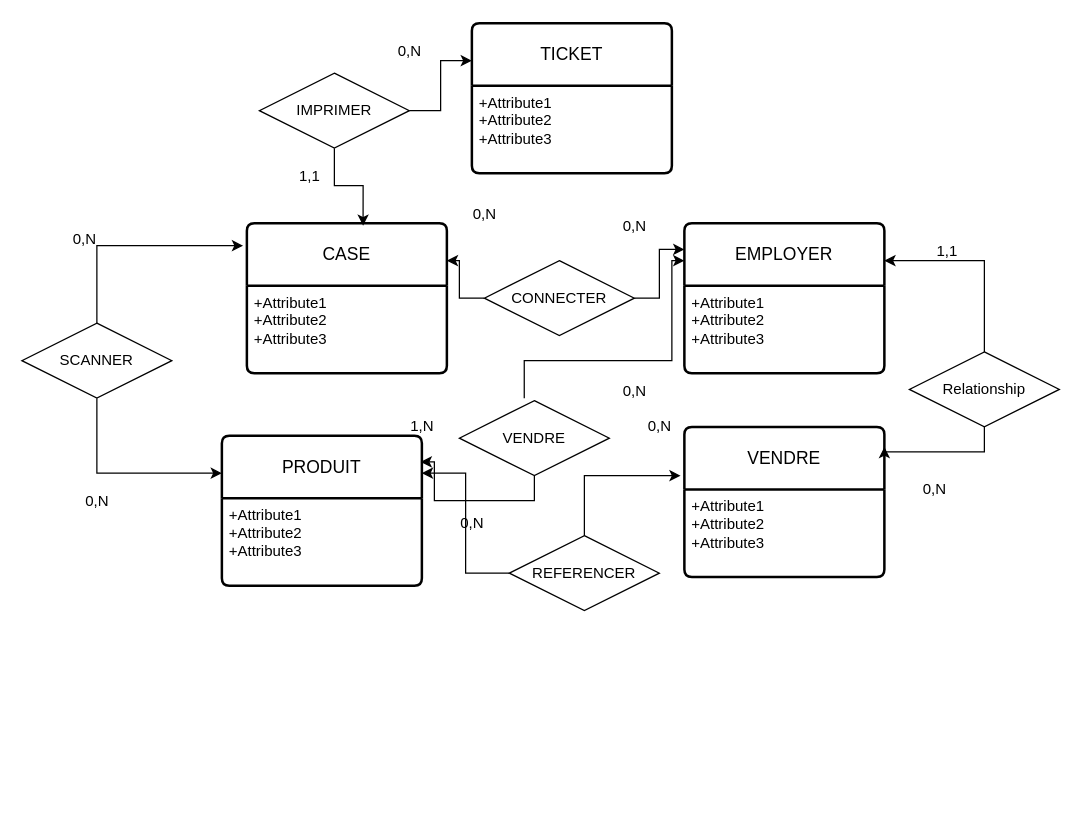
Above: page "Page-2" (2 of 3) of Diagramme sans nom 6.drawio in vsilvanska/examen-info-2023 (draw.io), before the change. Source tidied: cells renumbered, new cells numbered last; positions are measured from the earlier drawing's top-left corner, leaving out a move shared by most shapes. Both pictures are drawn from the tidied source at 125%, with x=0, y=0 at pixel (21, 22).
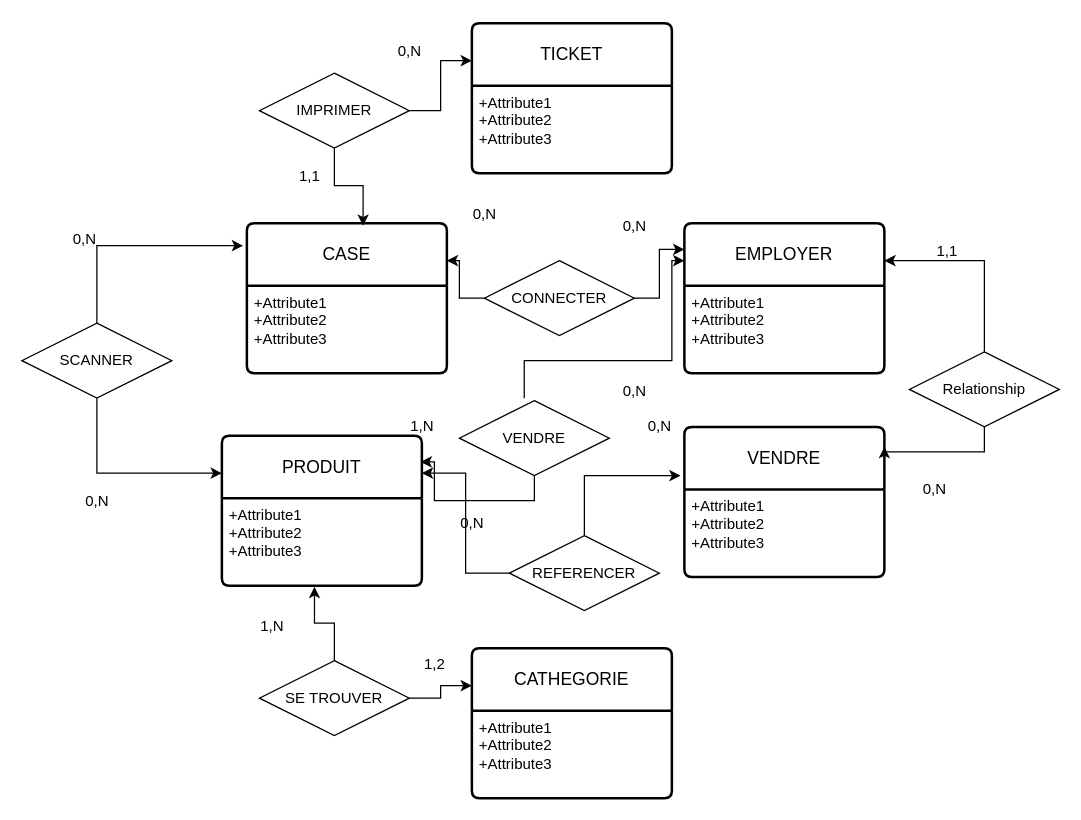
Above is the later version.

Commit message:
Mettre à jour Diagramme sans nom 6.drawio

Unchanged cells that the change refers to:
```xml
<mxCell id="12" value="+Attribute1&#10;+Attribute2&#10;+Attribute3" style="align=left;strokeColor=none;fillColor=none;spacingLeft=4;fontSize=12;verticalAlign=top;html=1;" parent="11" vertex="1">
  <mxGeometry y="50" width="160" height="70" as="geometry" />
</mxCell>
```

What changed in the source:
```diff
@@
+    <mxCell id="42" value="CATHEGORIE" style="swimlane;horizontal=1;startSize=50;rounded=1;fontSize=14;fontStyle=0;strokeWidth=2;shadow=0;dashed=0;align=center;arcSize=4;whiteSpace=wrap;html=1;" parent="1" vertex="1">
+      <mxGeometry x="360" y="500" width="160" height="120" as="geometry" />
+    </mxCell>
+    <mxCell id="43" value="+Attribute1&#10;+Attribute2&#10;+Attribute3" style="align=left;strokeColor=none;fillColor=none;spacingLeft=4;fontSize=12;verticalAlign=top;html=1;" parent="42" vertex="1">
+      <mxGeometry y="50" width="160" height="70" as="geometry" />
+    </mxCell>
+    <mxCell id="44" value="SE TROUVER" style="shape=rhombus;perimeter=rhombusPerimeter;whiteSpace=wrap;html=1;align=center;" parent="1" vertex="1">
+      <mxGeometry x="190" y="510" width="120" height="60" as="geometry" />
+    </mxCell>
+    <mxCell id="45" style="edgeStyle=orthogonalEdgeStyle;rounded=0;jettySize=auto;html=1;entryX=0.463;entryY=1.014;entryDx=0;entryDy=0;entryPerimeter=0;" parent="1" edge="1" source="44" target="12">
+      <mxGeometry relative="1" as="geometry" />
+    </mxCell>
+    <mxCell id="46" style="edgeStyle=orthogonalEdgeStyle;rounded=0;jettySize=auto;html=1;exitX=1;exitY=0.5;exitDx=0;exitDy=0;entryX=0;entryY=0.25;entryDx=0;entryDy=0;" parent="1" edge="1" source="44" target="42">
+      <mxGeometry relative="1" as="geometry" />
+    </mxCell>
+    <mxCell id="47" value="1,N" style="text;html=1;align=center;verticalAlign=middle;strokeColor=none;fillColor=none;" parent="1" vertex="1">
+      <mxGeometry x="180" y="468" width="40" height="30" as="geometry" />
+    </mxCell>
+    <mxCell id="48" value="1,2" style="text;html=1;align=center;verticalAlign=middle;strokeColor=none;fillColor=none;" parent="1" vertex="1">
+      <mxGeometry x="310" y="498" width="40" height="30" as="geometry" />
+    </mxCell>
```
